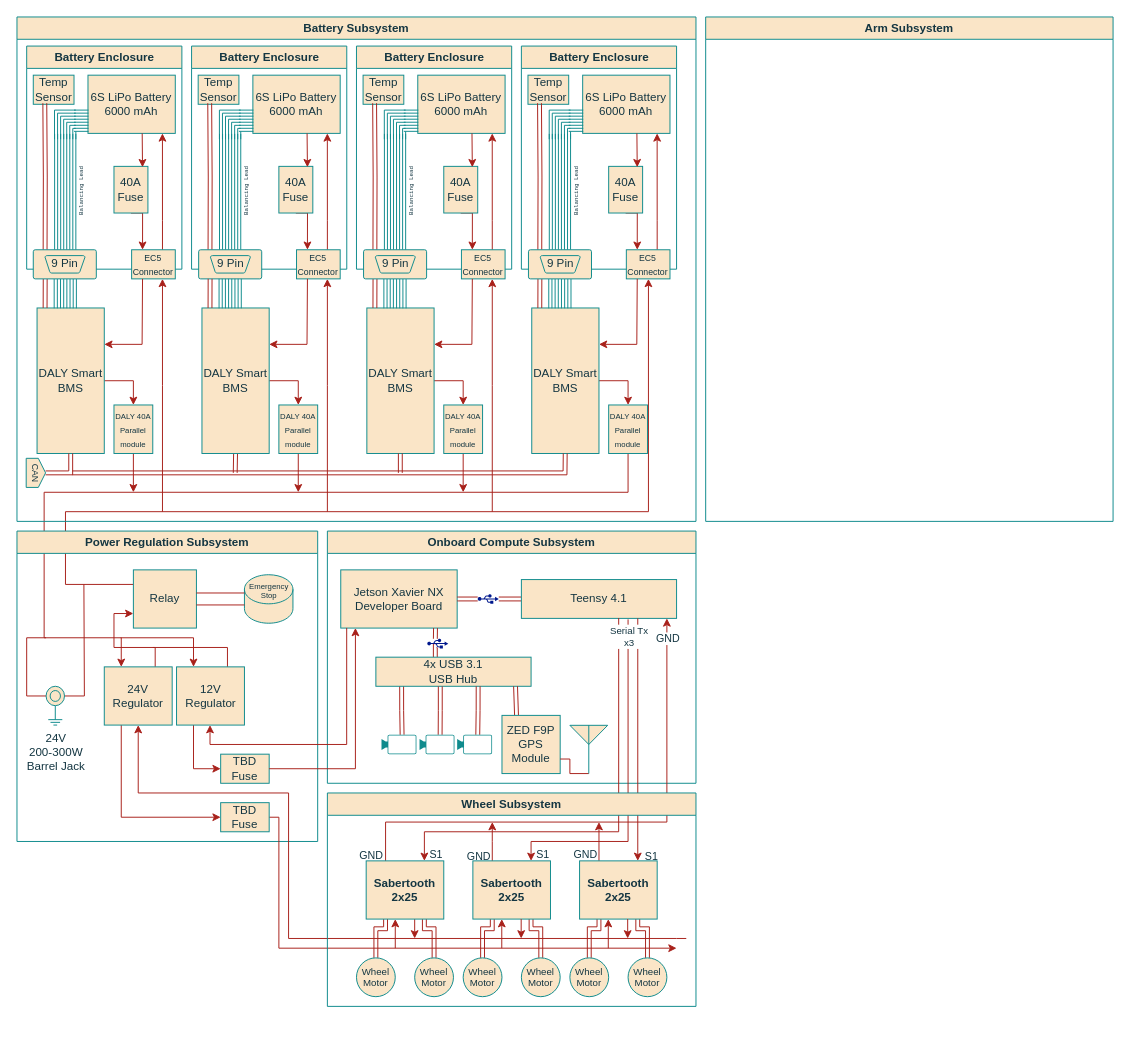
roboticsatiowa/Documents-and-Resources keeps this draw.io diagram as Diagrams/RoverFullBlockDiagram.drawio. Above is the earlier version. Source tidied: cells renumbered, new cells numbered last; positions are measured from the earlier drawing's top-left corner, leaving out a move shared by most shapes. Both pictures are drawn from the tidied source at 97%, with x=0, y=0 at pixel (7, 16).
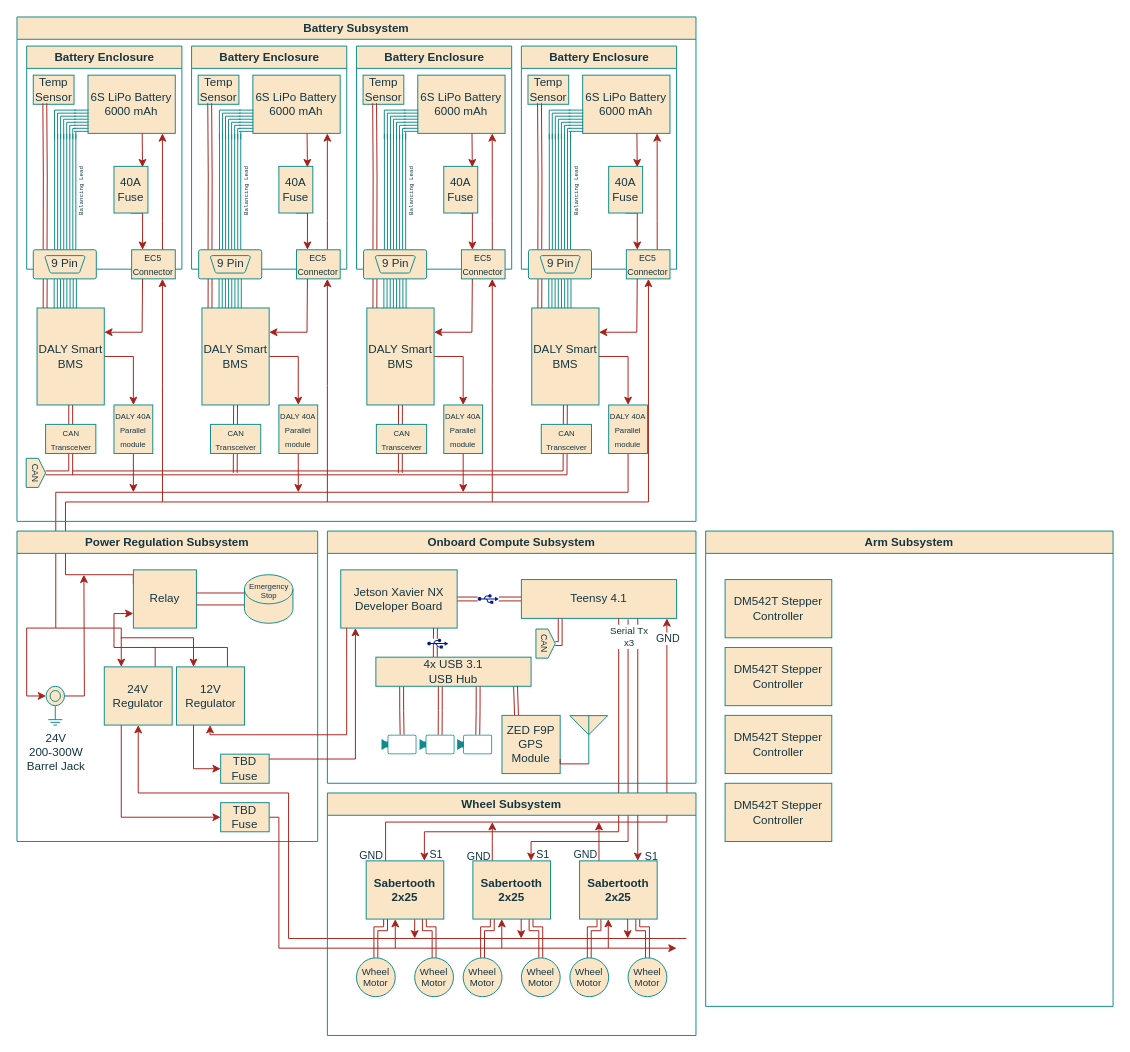
After the change.

The change refers to these unchanged cells:
```xml
<mxCell id="4" value="Power Regulation Subsystem" style="swimlane;whiteSpace=wrap;html=1;labelBackgroundColor=none;fillColor=#FAE5C7;strokeColor=#0F8B8D;fontColor=#143642;" parent="1" vertex="1">
  <mxGeometry x="10" y="530" width="310" height="320" as="geometry" />
</mxCell>
<mxCell id="6" value="Relay" style="whiteSpace=wrap;html=1;strokeColor=#0F8B8D;fontColor=#143642;fillColor=#FAE5C7;labelBackgroundColor=none;" parent="4" vertex="1">
  <mxGeometry x="120" y="40" width="65" height="60" as="geometry" />
</mxCell>
<mxCell id="9" value="24V Regulator" style="rounded=0;whiteSpace=wrap;html=1;strokeColor=#0F8B8D;fontColor=#143642;fillColor=#FAE5C7;labelBackgroundColor=none;" parent="4" vertex="1">
  <mxGeometry x="90" y="140" width="70" height="60" as="geometry" />
</mxCell>
<mxCell id="13" value="12V Regulator" style="rounded=0;whiteSpace=wrap;html=1;strokeColor=#0F8B8D;fontColor=#143642;fillColor=#FAE5C7;labelBackgroundColor=none;" parent="4" vertex="1">
  <mxGeometry x="164.5" y="140" width="70" height="60" as="geometry" />
</mxCell>
<mxCell id="16" value="TBD&lt;div&gt;Fuse&lt;/div&gt;" style="whiteSpace=wrap;html=1;strokeColor=#0F8B8D;fontColor=#143642;fillColor=#FAE5C7;labelBackgroundColor=none;" parent="4" vertex="1">
  <mxGeometry x="210" y="230" width="50" height="30" as="geometry" />
</mxCell>
<mxCell id="21" value="24V&lt;div&gt;200-300W&lt;/div&gt;&lt;div&gt;Barrel Jack&lt;/div&gt;" style="verticalLabelPosition=bottom;shadow=0;dashed=0;align=center;html=1;verticalAlign=top;shape=mxgraph.electrical.miscellaneous.shielded_jack_plug;rounded=0;strokeColor=#0F8B8D;fontFamily=Helvetica;fontSize=12;fontColor=#143642;fillColor=#FAE5C7;labelBackgroundColor=none;" parent="4" vertex="1">
  <mxGeometry x="30" y="160" width="19" height="40" as="geometry" />
</mxCell>
<mxCell id="22" value="Onboard Compute Subsystem" style="swimlane;whiteSpace=wrap;html=1;fillColor=#FAE5C7;strokeWidth=1;strokeColor=#0F8B8D;labelBackgroundColor=none;fontColor=#143642;" parent="1" vertex="1">
  <mxGeometry x="330" y="530" width="380" height="260" as="geometry" />
</mxCell>
<mxCell id="25" value="Jetson Xavier NX Developer Board" style="whiteSpace=wrap;html=1;rounded=0;strokeColor=#0F8B8D;align=center;verticalAlign=middle;fontFamily=Helvetica;fontSize=12;fontColor=#143642;fillColor=#FAE5C7;labelBackgroundColor=none;" parent="22" vertex="1">
  <mxGeometry x="13.8" y="40" width="120" height="60" as="geometry" />
</mxCell>
<mxCell id="28" value="Teensy 4.1" style="rounded=0;whiteSpace=wrap;html=1;strokeColor=#0F8B8D;align=center;verticalAlign=middle;fontFamily=Helvetica;fontSize=12;fontColor=#143642;fillColor=#FAE5C7;labelBackgroundColor=none;" parent="22" vertex="1">
  <mxGeometry x="200" y="50" width="160" height="40" as="geometry" />
</mxCell>
<mxCell id="37" value="ZED F9P&lt;div&gt;GPS Module&lt;/div&gt;" style="whiteSpace=wrap;html=1;rounded=0;strokeColor=#0F8B8D;align=center;verticalAlign=middle;fontFamily=Helvetica;fontSize=12;fontColor=#143642;fillColor=#FAE5C7;labelBackgroundColor=none;" parent="22" vertex="1">
  <mxGeometry x="180" y="190" width="60" height="60" as="geometry" />
</mxCell>
<mxCell id="44" value="Battery Subsystem" style="swimlane;whiteSpace=wrap;html=1;strokeColor=#0F8B8D;fillColor=#FAE5C7;labelBackgroundColor=none;fontColor=#143642;" parent="1" vertex="1">
  <mxGeometry x="10" width="700" height="520" as="geometry" />
</mxCell>
<mxCell id="45" value="Battery Enclosure" style="swimlane;whiteSpace=wrap;html=1;spacingLeft=1;labelBackgroundColor=none;fillColor=#FAE5C7;strokeColor=#0F8B8D;fontColor=#143642;rounded=0;" parent="44" vertex="1">
  <mxGeometry x="10" y="30" width="160" height="230" as="geometry" />
</mxCell>
<mxCell id="51" value="&lt;font style=&quot;font-size: 9px;&quot;&gt;EC5 Connector&lt;/font&gt;" style="whiteSpace=wrap;html=1;strokeColor=#0F8B8D;fontColor=#143642;fillColor=#FAE5C7;rounded=0;labelBackgroundColor=none;" parent="45" vertex="1">
  <mxGeometry x="108.2" y="210" width="45" height="30" as="geometry" />
</mxCell>
<mxCell id="66" value="Battery Enclosure" style="swimlane;whiteSpace=wrap;html=1;spacingLeft=1;labelBackgroundColor=none;fillColor=#FAE5C7;strokeColor=#0F8B8D;fontColor=#143642;rounded=0;" parent="44" vertex="1">
  <mxGeometry x="180" y="30" width="160" height="230" as="geometry" />
</mxCell>
<mxCell id="72" value="&lt;font style=&quot;font-size: 9px;&quot;&gt;EC5 Connector&lt;/font&gt;" style="whiteSpace=wrap;html=1;strokeColor=#0F8B8D;fontColor=#143642;fillColor=#FAE5C7;rounded=0;labelBackgroundColor=none;" parent="66" vertex="1">
  <mxGeometry x="108.2" y="210" width="45" height="30" as="geometry" />
</mxCell>
<mxCell id="88" value="Battery Enclosure" style="swimlane;whiteSpace=wrap;html=1;spacingLeft=1;labelBackgroundColor=none;fillColor=#FAE5C7;strokeColor=#0F8B8D;fontColor=#143642;rounded=0;" parent="44" vertex="1">
  <mxGeometry x="350" y="30" width="160" height="230" as="geometry" />
</mxCell>
<mxCell id="94" value="&lt;font style=&quot;font-size: 9px;&quot;&gt;EC5 Connector&lt;/font&gt;" style="whiteSpace=wrap;html=1;strokeColor=#0F8B8D;fontColor=#143642;fillColor=#FAE5C7;rounded=0;labelBackgroundColor=none;" parent="88" vertex="1">
  <mxGeometry x="108.2" y="210" width="45" height="30" as="geometry" />
</mxCell>
<mxCell id="113" value="&lt;font style=&quot;font-size: 9px;&quot;&gt;EC5 Connector&lt;/font&gt;" style="whiteSpace=wrap;html=1;strokeColor=#0F8B8D;fontColor=#143642;fillColor=#FAE5C7;rounded=0;labelBackgroundColor=none;" parent="108" vertex="1">
  <mxGeometry x="108.2" y="210" width="45" height="30" as="geometry" />
</mxCell>
<mxCell id="125" value="&lt;font style=&quot;font-size: 8px;&quot;&gt;DALY 40A Parallel module&lt;/font&gt;" style="whiteSpace=wrap;html=1;fillColor=#FAE5C7;strokeColor=#0F8B8D;fontColor=#143642;labelBackgroundColor=none;" parent="44" vertex="1">
  <mxGeometry x="610" y="400" width="40" height="50" as="geometry" />
</mxCell>
```

Change to the diagram source:
```diff
@@
     <mxCell id="2" style="edgeStyle=orthogonalEdgeStyle;rounded=0;jettySize=auto;html=1;exitX=0.5;exitY=1;exitDx=0;exitDy=0;labelBackgroundColor=none;strokeColor=#A8201A;fontColor=default;entryX=0.25;entryY=0;entryDx=0;entryDy=0;" parent="1" edge="1" source="125" target="9">
       <mxGeometry relative="1" as="geometry">
         <Array as="points">
           <mxPoint x="640" y="490" />
-          <mxPoint x="38" y="490" />
-          <mxPoint x="38" y="640" />
-          <mxPoint x="118" y="640" />
+          <mxPoint x="50" y="490" />
+          <mxPoint x="50" y="630" />
+          <mxPoint x="117" y="630" />
         </Array>
       </mxGeometry>
     </mxCell>
     <mxCell id="3" style="edgeStyle=orthogonalEdgeStyle;rounded=0;jettySize=auto;html=1;labelBackgroundColor=none;strokeColor=#A8201A;fontColor=default;exitX=0;exitY=0.25;exitDx=0;exitDy=0;" parent="1" edge="1" source="6" target="113">
       <mxGeometry relative="1" as="geometry">
         <Array as="points">
-          <mxPoint x="60" y="585" />
-          <mxPoint x="60" y="510" />
-          <mxPoint x="661" y="510" />
+          <mxPoint x="60" y="575" />
+          <mxPoint x="60" y="500" />
+          <mxPoint x="661" y="500" />
         </Array>
       </mxGeometry>
     </mxCell>
@@
-    <mxCell id="19" style="edgeStyle=orthogonalEdgeStyle;rounded=0;jettySize=auto;html=1;fontFamily=Helvetica;fontSize=12;fontColor=default;exitX=1;exitY=0.25;exitDx=0;exitDy=0;exitPerimeter=0;endArrow=none;endFill=0;labelBackgroundColor=none;strokeColor=#A8201A;" parent="4" edge="1" source="21">
+    <mxCell id="19" style="edgeStyle=orthogonalEdgeStyle;rounded=0;jettySize=auto;html=1;fontFamily=Helvetica;fontSize=12;fontColor=default;exitX=1;exitY=0.25;exitDx=0;exitDy=0;exitPerimeter=0;endArrow=classic;endFill=1;labelBackgroundColor=none;strokeColor=#A8201A;" parent="4" edge="1" source="21">
       <mxGeometry relative="1" as="geometry">
-        <mxPoint x="69" y="55" as="targetPoint" />
+        <mxPoint x="69" y="45" as="targetPoint" />
       </mxGeometry>
     </mxCell>
-    <mxCell id="20" style="edgeStyle=orthogonalEdgeStyle;rounded=0;jettySize=auto;html=1;fontFamily=Helvetica;fontSize=12;fontColor=default;strokeColor=#A8201A;endArrow=none;endFill=0;exitX=0;exitY=0.25;exitDx=0;exitDy=0;exitPerimeter=0;labelBackgroundColor=none;" parent="4" edge="1" source="21">
+    <mxCell id="20" style="edgeStyle=orthogonalEdgeStyle;rounded=0;jettySize=auto;html=1;fontFamily=Helvetica;fontSize=12;fontColor=default;strokeColor=#A8201A;endArrow=none;endFill=0;exitX=0;exitY=0.25;exitDx=0;exitDy=0;exitPerimeter=0;labelBackgroundColor=none;startArrow=classic;startFill=1;" parent="4" edge="1" source="21">
       <mxGeometry relative="1" as="geometry">
-        <mxPoint x="30" y="110" as="targetPoint" />
+        <mxPoint x="40" y="100" as="targetPoint" />
         <Array as="points">
           <mxPoint x="10" y="170" />
-          <mxPoint x="10" y="110" />
+          <mxPoint x="10" y="100" />
         </Array>
       </mxGeometry>
     </mxCell>
@@
     <mxCell id="38" style="edgeStyle=orthogonalEdgeStyle;rounded=0;jettySize=auto;html=1;fontFamily=Helvetica;fontSize=12;fontColor=default;exitX=0.5;exitY=1;exitDx=0;exitDy=0;exitPerimeter=0;endArrow=none;endFill=0;entryX=1;entryY=0.75;entryDx=0;entryDy=0;labelBackgroundColor=none;strokeColor=#A8201A;" parent="22" edge="1" source="39" target="37">
       <mxGeometry relative="1" as="geometry">
         <Array as="points">
-          <mxPoint x="250" y="250" />
-          <mxPoint x="250" y="235" />
+          <mxPoint x="240" y="240" />
         </Array>
       </mxGeometry>
     </mxCell>
     <mxCell id="39" style="verticalLabelPosition=bottom;shadow=0;dashed=0;align=center;html=1;verticalAlign=top;shape=mxgraph.electrical.radio.aerial_-_antenna_2;rounded=0;strokeColor=#0F8B8D;fontFamily=Helvetica;fontSize=12;fontColor=#143642;fillColor=#FAE5C7;labelBackgroundColor=none;" parent="22" vertex="1">
-      <mxGeometry x="250" y="200" width="39" height="50" as="geometry" />
+      <mxGeometry x="250" y="190" width="39" height="50" as="geometry" />
     </mxCell>
@@
+    <mxCell id="169" style="edgeStyle=orthogonalEdgeStyle;rounded=0;jettySize=auto;html=1;entryX=0.25;entryY=1;entryDx=0;entryDy=0;strokeColor=#A8201A;fontColor=#143642;fillColor=#FAE5C7;exitX=0.5;exitY=0;exitDx=0;exitDy=0;shape=link;" parent="22" edge="1" source="170" target="28">
+      <mxGeometry relative="1" as="geometry" />
+    </mxCell>
+    <mxCell id="170" value="&lt;font style=&quot;font-size: 9px;&quot;&gt;CAN&lt;/font&gt;" style="shape=offPageConnector;whiteSpace=wrap;html=1;rotation=90;horizontal=1;flipV=1;labelBackgroundColor=none;fillColor=#FAE5C7;strokeColor=#0F8B8D;fontColor=#143642;" parent="22" vertex="1">
+      <mxGeometry x="210" y="106" width="30" height="20" as="geometry" />
+    </mxCell>
@@
     <mxCell id="50" style="edgeStyle=orthogonalEdgeStyle;rounded=0;jettySize=auto;html=1;labelBackgroundColor=none;strokeColor=#A8201A;fontColor=default;" parent="45" edge="1" target="51">
       <mxGeometry relative="1" as="geometry">
-        <mxPoint x="140" y="480" as="sourcePoint" />
+        <mxPoint x="140" y="470" as="sourcePoint" />
         <Array as="points">
           <mxPoint x="140" y="350" />
           <mxPoint x="140" y="350" />
         </Array>
       </mxGeometry>
     </mxCell>
@@
     <mxCell id="59" value="DALY Smart BMS" style="whiteSpace=wrap;html=1;strokeColor=#0F8B8D;fontColor=#143642;fillColor=#FAE5C7;labelBackgroundColor=none;" parent="44" vertex="1">
-      <mxGeometry x="20.7" y="300" width="69.3" height="150" as="geometry" />
+      <mxGeometry x="20.7" y="300" width="69.3" height="100" as="geometry" />
     </mxCell>
@@
     <mxCell id="71" style="edgeStyle=orthogonalEdgeStyle;rounded=0;jettySize=auto;html=1;labelBackgroundColor=none;strokeColor=#A8201A;fontColor=default;" parent="66" edge="1" target="72">
       <mxGeometry relative="1" as="geometry">
-        <mxPoint x="140" y="480" as="sourcePoint" />
+        <mxPoint x="140" y="470" as="sourcePoint" />
         <Array as="points">
           <mxPoint x="140" y="350" />
           <mxPoint x="140" y="350" />
         </Array>
       </mxGeometry>
     </mxCell>
@@
     <mxCell id="82" value="DALY Smart BMS" style="whiteSpace=wrap;html=1;strokeColor=#0F8B8D;fontColor=#143642;fillColor=#FAE5C7;labelBackgroundColor=none;" parent="44" vertex="1">
-      <mxGeometry x="190.7" y="300" width="69.3" height="150" as="geometry" />
+      <mxGeometry x="190.7" y="300" width="69.3" height="100" as="geometry" />
     </mxCell>
@@
     <mxCell id="93" style="edgeStyle=orthogonalEdgeStyle;rounded=0;jettySize=auto;html=1;labelBackgroundColor=none;strokeColor=#A8201A;fontColor=default;" parent="88" edge="1" target="94">
       <mxGeometry relative="1" as="geometry">
-        <mxPoint x="140" y="480" as="sourcePoint" />
+        <mxPoint x="140" y="470" as="sourcePoint" />
         <Array as="points">
           <mxPoint x="140" y="350" />
           <mxPoint x="140" y="350" />
         </Array>
       </mxGeometry>
     </mxCell>
@@
     <mxCell id="102" value="DALY Smart BMS" style="whiteSpace=wrap;html=1;strokeColor=#0F8B8D;fontColor=#143642;fillColor=#FAE5C7;labelBackgroundColor=none;" parent="44" vertex="1">
-      <mxGeometry x="360.7" y="300" width="69.3" height="150" as="geometry" />
+      <mxGeometry x="360.7" y="300" width="69.3" height="100" as="geometry" />
     </mxCell>
@@
     <mxCell id="121" value="DALY Smart BMS" style="whiteSpace=wrap;html=1;strokeColor=#0F8B8D;fontColor=#143642;fillColor=#FAE5C7;labelBackgroundColor=none;" parent="44" vertex="1">
-      <mxGeometry x="530.7" y="300" width="69.3" height="150" as="geometry" />
+      <mxGeometry x="530.7" y="300" width="69.3" height="100" as="geometry" />
     </mxCell>
@@
-    <mxCell id="126" style="edgeStyle=none;curved=1;rounded=0;orthogonalLoop=1;jettySize=auto;html=1;fontFamily=Architects Daughter;fontSize=16;endArrow=open;sourcePerimeterSpacing=8;targetPerimeterSpacing=8;shape=link;entryX=0.5;entryY=1;entryDx=0;entryDy=0;labelBackgroundColor=none;strokeColor=#A8201A;fontColor=default;" parent="44" edge="1">
+    <mxCell id="126" style="edgeStyle=none;curved=1;rounded=0;jettySize=auto;html=1;fontFamily=Architects Daughter;fontSize=16;endArrow=open;sourcePerimeterSpacing=8;targetPerimeterSpacing=8;shape=link;entryX=0.5;entryY=1;entryDx=0;entryDy=0;labelBackgroundColor=none;strokeColor=#A8201A;fontColor=default;" parent="44" edge="1" target="102">
       <mxGeometry relative="1" as="geometry">
         <mxPoint x="395.2" y="470" as="sourcePoint" />
-        <mxPoint x="395.2" y="450" as="targetPoint" />
       </mxGeometry>
     </mxCell>
-    <mxCell id="127" style="edgeStyle=none;curved=1;rounded=0;orthogonalLoop=1;jettySize=auto;html=1;fontFamily=Architects Daughter;fontSize=16;endArrow=open;sourcePerimeterSpacing=8;targetPerimeterSpacing=8;shape=link;entryX=0.5;entryY=1;entryDx=0;entryDy=0;labelBackgroundColor=none;strokeColor=#A8201A;fontColor=default;" parent="44" edge="1">
+    <mxCell id="127" style="edgeStyle=none;curved=1;rounded=0;jettySize=auto;html=1;fontFamily=Architects Daughter;fontSize=16;endArrow=open;sourcePerimeterSpacing=8;targetPerimeterSpacing=8;shape=link;entryX=0.5;entryY=1;entryDx=0;entryDy=0;labelBackgroundColor=none;strokeColor=#A8201A;fontColor=default;" parent="44" edge="1" target="121">
       <mxGeometry relative="1" as="geometry">
         <mxPoint x="57" y="470" as="sourcePoint" />
-        <mxPoint x="565.2" y="450" as="targetPoint" />
         <Array as="points">
           <mxPoint x="565" y="470" />
         </Array>
       </mxGeometry>
     </mxCell>
@@
+    <mxCell id="171" value="&lt;font style=&quot;font-size: 8px;&quot;&gt;CAN Transceiver&lt;/font&gt;" style="whiteSpace=wrap;html=1;strokeColor=#0F8B8D;fontColor=#143642;fillColor=#FAE5C7;" parent="44" vertex="1">
+      <mxGeometry x="29.5" y="420" width="51.8" height="30" as="geometry" />
+    </mxCell>
+    <mxCell id="172" value="&lt;font style=&quot;font-size: 8px;&quot;&gt;CAN Transceiver&lt;/font&gt;" style="whiteSpace=wrap;html=1;strokeColor=#0F8B8D;fontColor=#143642;fillColor=#FAE5C7;" parent="44" vertex="1">
+      <mxGeometry x="199.5" y="420" width="51.8" height="30" as="geometry" />
+    </mxCell>
+    <mxCell id="173" value="&lt;font style=&quot;font-size: 8px;&quot;&gt;CAN Transceiver&lt;/font&gt;" style="whiteSpace=wrap;html=1;strokeColor=#0F8B8D;fontColor=#143642;fillColor=#FAE5C7;" parent="44" vertex="1">
+      <mxGeometry x="370.5" y="420" width="51.8" height="30" as="geometry" />
+    </mxCell>
+    <mxCell id="174" value="&lt;font style=&quot;font-size: 8px;&quot;&gt;CAN Transceiver&lt;/font&gt;" style="whiteSpace=wrap;html=1;strokeColor=#0F8B8D;fontColor=#143642;fillColor=#FAE5C7;" parent="44" vertex="1">
+      <mxGeometry x="540.5" y="420" width="51.8" height="30" as="geometry" />
+    </mxCell>
     <mxCell id="132" style="edgeStyle=orthogonalEdgeStyle;rounded=0;jettySize=auto;html=1;strokeColor=#A8201A;fontColor=default;fillColor=#FAE5C7;exitX=0.051;exitY=0.998;exitDx=0;exitDy=0;exitPerimeter=0;labelBackgroundColor=none;" parent="1" edge="1" source="25" target="13">
       <mxGeometry relative="1" as="geometry">
         <Array as="points">
-          <mxPoint x="350" y="750" />
-          <mxPoint x="209" y="750" />
+          <mxPoint x="350" y="740" />
+          <mxPoint x="209" y="740" />
         </Array>
       </mxGeometry>
     </mxCell>
     <mxCell id="133" style="edgeStyle=orthogonalEdgeStyle;shape=connector;rounded=0;jettySize=auto;html=1;strokeColor=#A8201A;align=center;verticalAlign=middle;fontFamily=Helvetica;fontSize=11;fontColor=default;labelBackgroundColor=none;endArrow=classic;fillColor=#FAE5C7;entryX=0.126;entryY=0.998;entryDx=0;entryDy=0;entryPerimeter=0;" parent="1" edge="1" source="16" target="25">
       <mxGeometry relative="1" as="geometry">
         <Array as="points">
-          <mxPoint x="359" y="775" />
+          <mxPoint x="359" y="765" />
         </Array>
       </mxGeometry>
     </mxCell>
@@
     <mxCell id="142" value="Wheel Subsystem" style="swimlane;whiteSpace=wrap;html=1;strokeColor=#0F8B8D;align=center;verticalAlign=middle;fontFamily=Helvetica;fontSize=12;fontColor=#143642;fontStyle=1;labelBackgroundColor=none;fillColor=#FAE5C7;" parent="1" vertex="1">
-      <mxGeometry x="330" y="800" width="380" height="220" as="geometry" />
+      <mxGeometry x="330" y="800" width="380" height="250" as="geometry" />
     </mxCell>
@@
     <mxCell id="168" value="Arm Subsystem" style="swimlane;whiteSpace=wrap;html=1;strokeColor=#0F8B8D;fontColor=#143642;fillColor=#FAE5C7;" parent="1" vertex="1">
-      <mxGeometry x="720" width="420" height="520" as="geometry" />
+      <mxGeometry x="720" y="530" width="420" height="490" as="geometry" />
     </mxCell>
+    <mxCell id="175" value="DM542T Stepper Controller" style="whiteSpace=wrap;html=1;strokeColor=#0F8B8D;fontColor=#143642;fillColor=#FAE5C7;" parent="168" vertex="1">
+      <mxGeometry x="20" y="120" width="110" height="60" as="geometry" />
+    </mxCell>
+    <mxCell id="176" value="DM542T Stepper Controller" style="whiteSpace=wrap;html=1;strokeColor=#0F8B8D;fontColor=#143642;fillColor=#FAE5C7;" parent="168" vertex="1">
+      <mxGeometry x="20" y="190" width="110" height="60" as="geometry" />
+    </mxCell>
+    <mxCell id="177" value="DM542T Stepper Controller" style="whiteSpace=wrap;html=1;strokeColor=#0F8B8D;fontColor=#143642;fillColor=#FAE5C7;" parent="168" vertex="1">
+      <mxGeometry x="20" y="260" width="110" height="60" as="geometry" />
+    </mxCell>
+    <mxCell id="178" value="DM542T Stepper Controller" style="whiteSpace=wrap;html=1;strokeColor=#0F8B8D;fontColor=#143642;fillColor=#FAE5C7;" parent="168" vertex="1">
+      <mxGeometry x="20" y="50" width="110" height="60" as="geometry" />
+    </mxCell>
```
